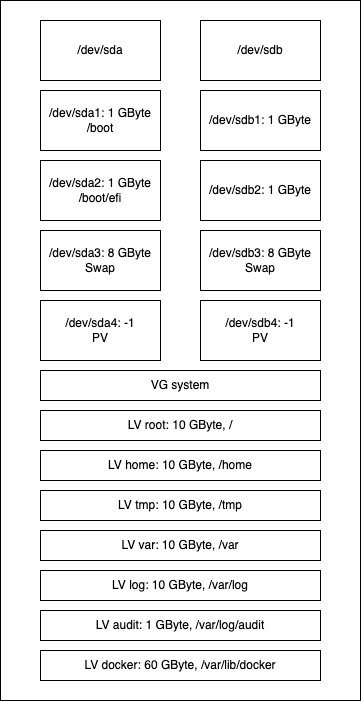
Before: assets/disklayout-1.drawio.png, a diagram exported from draw.io (osism/node-image). Source tidied: cells renumbered, new cells last; positions are measured from the earlier drawing's top-left corner, leaving out a move shared by most shapes.
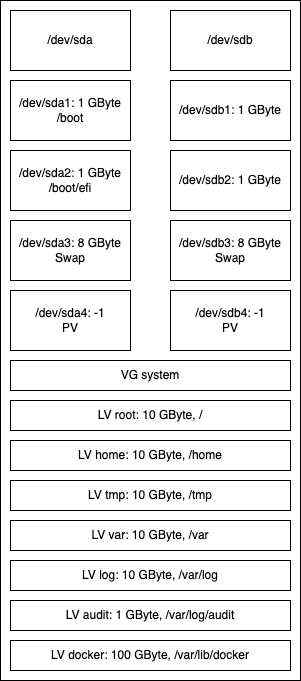
The same file after the commit.

Change to the diagram source:
```diff
@@ -3,7 +3,7 @@
     <mxCell id="0" />
     <mxCell id="1" parent="0" />
     <mxCell id="2" style="rounded=0;whiteSpace=wrap;html=1;" parent="1" vertex="1">
-      <mxGeometry width="360" height="700" as="geometry" />
+      <mxGeometry x="30" y="10" width="300" height="680" as="geometry" />
     </mxCell>
     <mxCell id="3" value="/dev/sda" style="rounded=0;whiteSpace=wrap;html=1;" parent="1" vertex="1">
       <mxGeometry x="40" y="20" width="120" height="60" as="geometry" />
@@ -53,7 +53,7 @@
     <mxCell id="18" value="LV audit: 1 GByte, /var/log/audit" style="rounded=0;whiteSpace=wrap;html=1;align=center;labelPosition=center;verticalLabelPosition=middle;verticalAlign=middle;" parent="1" vertex="1">
       <mxGeometry x="40" y="610" width="280" height="30" as="geometry" />
     </mxCell>
-    <mxCell id="19" value="LV docker: 60 GByte, /var/lib/docker" style="rounded=0;whiteSpace=wrap;html=1;align=center;labelPosition=center;verticalLabelPosition=middle;verticalAlign=middle;" parent="1" vertex="1">
+    <mxCell id="19" value="LV docker: 100 GByte, /var/lib/docker" style="rounded=0;whiteSpace=wrap;html=1;align=center;labelPosition=center;verticalLabelPosition=middle;verticalAlign=middle;" parent="1" vertex="1">
       <mxGeometry x="40" y="650" width="280" height="30" as="geometry" />
     </mxCell>
     <mxCell id="20" value="LV log: 10 GByte, /var/log" style="rounded=0;whiteSpace=wrap;html=1;align=center;labelPosition=center;verticalLabelPosition=middle;verticalAlign=middle;" parent="1" vertex="1">
```
